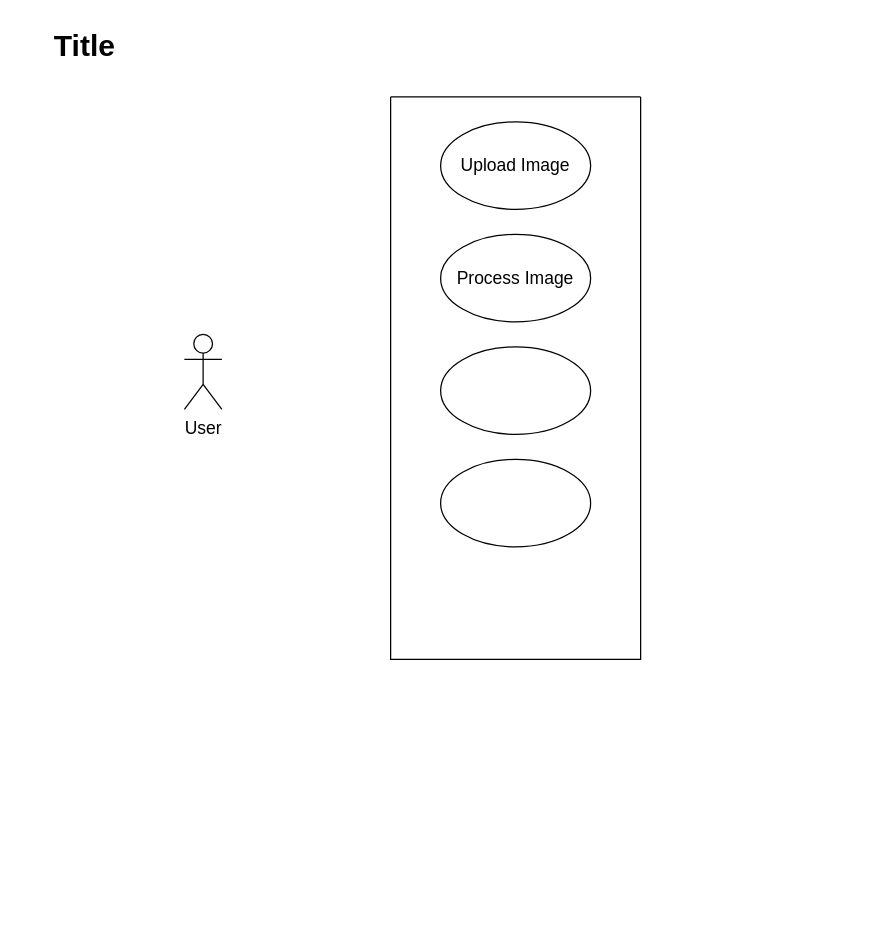
Above: usecase.drawio in FlyPegasus/FinalYearProject_ForestDiversion (draw.io), before the change. Source tidied: cells renumbered, new cells numbered last; positions are measured from the earlier drawing's top-left corner, leaving out a move shared by most shapes. Both pictures are drawn from the tidied source at 125%, with x=0, y=0 at pixel (21, 21).
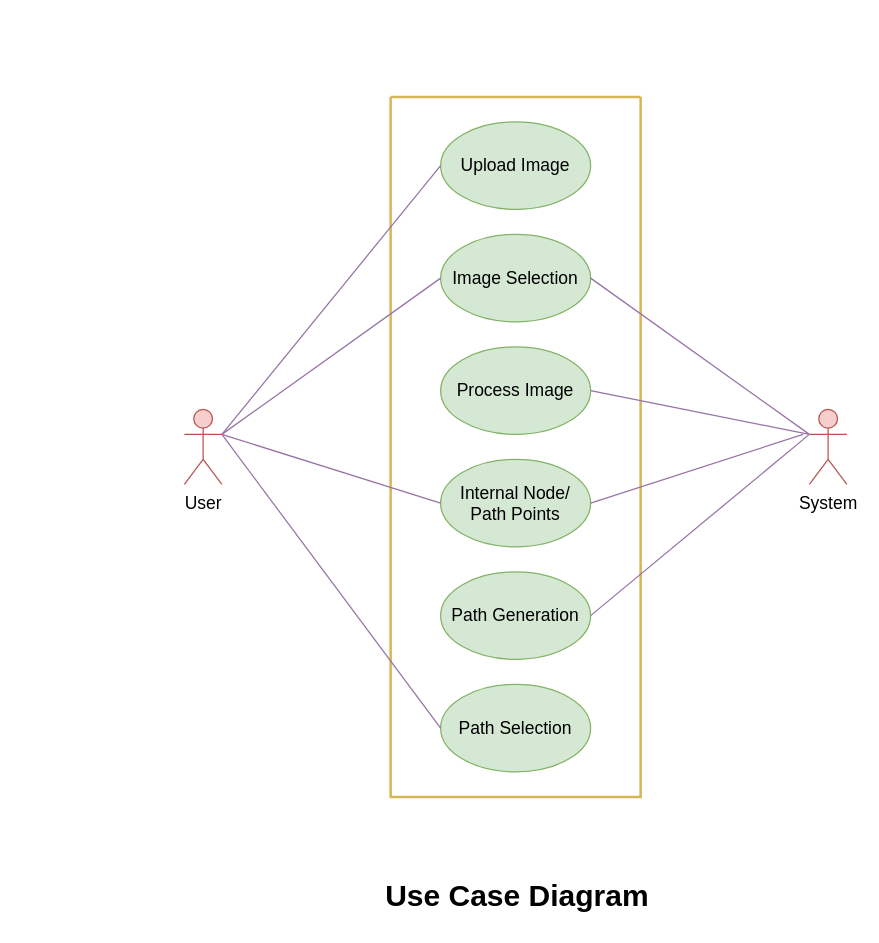
The same page after the edit.

Change to the diagram source:
```diff
@@
-    <mxCell id="2" value="Title" style="text;strokeColor=none;fillColor=none;html=1;fontSize=24;fontStyle=1;verticalAlign=middle;align=center;" parent="1" vertex="1">
-      <mxGeometry width="100" height="40" as="geometry" />
+    <mxCell id="2" value="Use Case Diagram" style="text;strokeColor=none;fillColor=none;html=1;fontSize=24;fontStyle=1;verticalAlign=middle;align=center;" parent="1" vertex="1">
+      <mxGeometry x="268" y="680" width="255" height="40" as="geometry" />
     </mxCell>
-    <mxCell id="3" style="swimlane;startSize=0;" parent="1" vertex="1">
-      <mxGeometry x="295" y="60" width="200" height="450" as="geometry" />
+    <mxCell id="3" style="swimlane;startSize=0;fillColor=#fff2cc;strokeColor=#d6b656;strokeWidth=2;" parent="1" vertex="1">
+      <mxGeometry x="295" y="60" width="200" height="560" as="geometry" />
     </mxCell>
-    <mxCell id="4" value="&lt;font style=&quot;font-size: 14px;&quot;&gt;Upload Image&lt;/font&gt;" style="ellipse;whiteSpace=wrap;html=1;" parent="3" vertex="1">
+    <mxCell id="4" value="&lt;font style=&quot;font-size: 14px;&quot;&gt;Upload Image&lt;/font&gt;" style="ellipse;whiteSpace=wrap;html=1;fillColor=#d5e8d4;strokeColor=#82b366;" parent="3" vertex="1">
       <mxGeometry x="40" y="20" width="120" height="70" as="geometry" />
     </mxCell>
-    <mxCell id="5" value="&lt;font style=&quot;font-size: 14px;&quot;&gt;Process Image&lt;/font&gt;" style="ellipse;whiteSpace=wrap;html=1;" parent="3" vertex="1">
-      <mxGeometry x="40" y="110" width="120" height="70" as="geometry" />
+    <mxCell id="5" value="&lt;font style=&quot;font-size: 14px;&quot;&gt;Process Image&lt;/font&gt;" style="ellipse;whiteSpace=wrap;html=1;fillColor=#d5e8d4;strokeColor=#82b366;" parent="3" vertex="1">
+      <mxGeometry x="40" y="200" width="120" height="70" as="geometry" />
     </mxCell>
-    <mxCell id="6" style="ellipse;whiteSpace=wrap;html=1;" parent="3" vertex="1">
-      <mxGeometry x="40" y="200" width="120" height="70" as="geometry" />
+    <mxCell id="6" value="&lt;font style=&quot;font-size: 14px;&quot;&gt;Internal Node/&lt;br&gt;Path Points&lt;br&gt;&lt;/font&gt;" style="ellipse;whiteSpace=wrap;html=1;fillColor=#d5e8d4;strokeColor=#82b366;" parent="3" vertex="1">
+      <mxGeometry x="40" y="290" width="120" height="70" as="geometry" />
     </mxCell>
-    <mxCell id="7" style="ellipse;whiteSpace=wrap;html=1;" parent="3" vertex="1">
-      <mxGeometry x="40" y="290" width="120" height="70" as="geometry" />
+    <mxCell id="7" value="&lt;font style=&quot;font-size: 14px;&quot;&gt;Path Generation&lt;/font&gt;" style="ellipse;whiteSpace=wrap;html=1;fillColor=#d5e8d4;strokeColor=#82b366;" parent="3" vertex="1">
+      <mxGeometry x="40" y="380" width="120" height="70" as="geometry" />
     </mxCell>
+    <mxCell id="9" value="&lt;font style=&quot;font-size: 14px;&quot;&gt;Path Selection&lt;/font&gt;" style="ellipse;whiteSpace=wrap;html=1;fillColor=#d5e8d4;strokeColor=#82b366;" parent="3" vertex="1">
+      <mxGeometry x="40" y="470" width="120" height="70" as="geometry" />
+    </mxCell>
+    <mxCell id="10" value="&lt;font style=&quot;font-size: 14px;&quot;&gt;Image Selection&lt;/font&gt;" style="ellipse;whiteSpace=wrap;html=1;fillColor=#d5e8d4;strokeColor=#82b366;" parent="3" vertex="1">
+      <mxGeometry x="40" y="110" width="120" height="70" as="geometry" />
+    </mxCell>
-    <mxCell id="8" value="&lt;font style=&quot;font-size: 14px;&quot;&gt;User&lt;/font&gt;" style="shape=umlActor;verticalLabelPosition=bottom;verticalAlign=top;html=1;outlineConnect=0;" parent="1" vertex="1">
-      <mxGeometry x="130" y="250" width="30" height="60" as="geometry" />
+    <mxCell id="8" value="&lt;font style=&quot;font-size: 14px;&quot;&gt;User&lt;/font&gt;" style="shape=umlActor;verticalLabelPosition=bottom;verticalAlign=top;html=1;outlineConnect=0;fillColor=#f8cecc;strokeColor=#b85450;" parent="1" vertex="1">
+      <mxGeometry x="130" y="310" width="30" height="60" as="geometry" />
     </mxCell>
+    <mxCell id="11" value="&lt;font style=&quot;font-size: 14px;&quot;&gt;System&lt;/font&gt;" style="shape=umlActor;verticalLabelPosition=bottom;verticalAlign=top;html=1;outlineConnect=0;fillColor=#f8cecc;strokeColor=#b85450;" parent="1" vertex="1">
+      <mxGeometry x="630" y="310" width="30" height="60" as="geometry" />
+    </mxCell>
+    <mxCell id="12" style="endArrow=none;html=1;rounded=0;exitX=1;exitY=0.3333333333333333;exitDx=0;exitDy=0;exitPerimeter=0;entryX=0;entryY=0.5;entryDx=0;entryDy=0;fillColor=#e1d5e7;strokeColor=#9673a6;" parent="1" edge="1" source="8" target="4">
+      <mxGeometry relative="1" as="geometry" />
+    </mxCell>
+    <mxCell id="13" style="endArrow=none;html=1;rounded=0;exitX=1;exitY=0.3333333333333333;exitDx=0;exitDy=0;exitPerimeter=0;entryX=0;entryY=0.5;entryDx=0;entryDy=0;fillColor=#e1d5e7;strokeColor=#9673a6;" parent="1" edge="1" source="8" target="10">
+      <mxGeometry relative="1" as="geometry" />
+    </mxCell>
+    <mxCell id="14" style="endArrow=none;html=1;rounded=0;exitX=0;exitY=0.3333333333333333;exitDx=0;exitDy=0;exitPerimeter=0;entryX=1;entryY=0.5;entryDx=0;entryDy=0;fillColor=#e1d5e7;strokeColor=#9673a6;" parent="1" edge="1" source="11" target="10">
+      <mxGeometry relative="1" as="geometry" />
+    </mxCell>
+    <mxCell id="15" style="endArrow=none;html=1;rounded=0;entryX=1;entryY=0.5;entryDx=0;entryDy=0;fillColor=#e1d5e7;strokeColor=#9673a6;" parent="1" edge="1" target="5">
+      <mxGeometry relative="1" as="geometry">
+        <mxPoint x="630" y="330" as="sourcePoint" />
+      </mxGeometry>
+    </mxCell>
+    <mxCell id="16" style="endArrow=none;html=1;rounded=0;entryX=0;entryY=0.5;entryDx=0;entryDy=0;fillColor=#e1d5e7;strokeColor=#9673a6;" parent="1" edge="1" target="6">
+      <mxGeometry relative="1" as="geometry">
+        <mxPoint x="160" y="330" as="sourcePoint" />
+      </mxGeometry>
+    </mxCell>
+    <mxCell id="17" style="endArrow=none;html=1;rounded=0;entryX=1;entryY=0.5;entryDx=0;entryDy=0;fillColor=#e1d5e7;strokeColor=#9673a6;" parent="1" edge="1" target="6">
+      <mxGeometry relative="1" as="geometry">
+        <mxPoint x="625" y="330" as="sourcePoint" />
+      </mxGeometry>
+    </mxCell>
+    <mxCell id="18" style="endArrow=none;html=1;rounded=0;entryX=1;entryY=0.5;entryDx=0;entryDy=0;exitX=0;exitY=0.3333333333333333;exitDx=0;exitDy=0;exitPerimeter=0;fillColor=#e1d5e7;strokeColor=#9673a6;" parent="1" edge="1" source="11" target="7">
+      <mxGeometry relative="1" as="geometry" />
+    </mxCell>
+    <mxCell id="19" style="endArrow=none;html=1;rounded=0;entryX=0;entryY=0.5;entryDx=0;entryDy=0;exitX=1;exitY=0.3333333333333333;exitDx=0;exitDy=0;exitPerimeter=0;fillColor=#e1d5e7;strokeColor=#9673a6;" parent="1" edge="1" source="8" target="9">
+      <mxGeometry relative="1" as="geometry" />
+    </mxCell>
```
